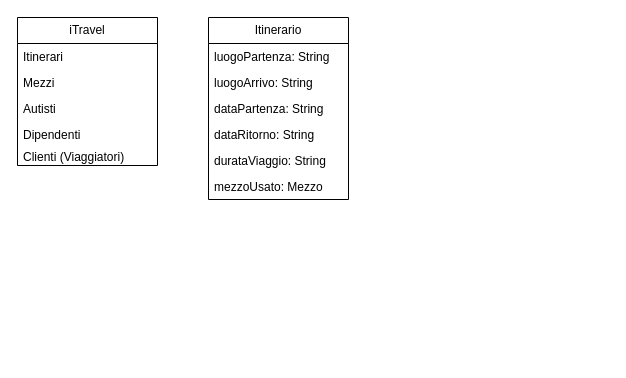
dorjanshurdhi/iTRAVEL keeps this draw.io diagram as itravel_uml.drawio. Above is the earlier version. Source tidied: cells renumbered, new cells numbered last; positions are measured from the earlier drawing's top-left corner, leaving out a move shared by most shapes. Both pictures are drawn from the tidied source at 100%, with x=0, y=0 at pixel (17, 17).
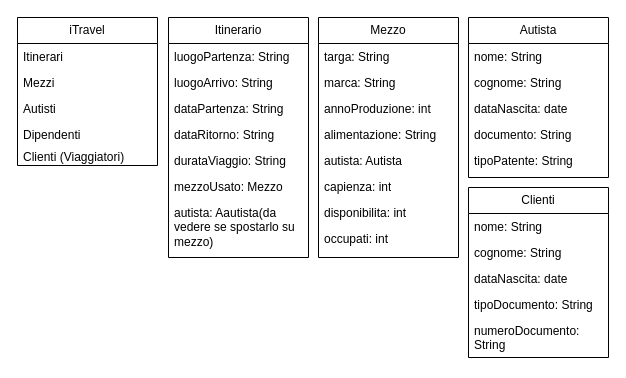
After the change.

What changed in the source:
```diff
@@
     <mxCell id="8" value="Itinerario" style="swimlane;fontStyle=0;horizontal=1;startSize=26;fillColor=none;whiteSpace=wrap;html=1;" parent="1" vertex="1">
-      <mxGeometry x="191" width="140" height="182" as="geometry" />
+      <mxGeometry x="151" width="140" height="240" as="geometry" />
     </mxCell>
@@
+    <mxCell id="15" value="autista: Aautista(da vedere se spostarlo su mezzo)&lt;div&gt;&lt;br&gt;&lt;/div&gt;" style="text;strokeColor=none;fillColor=none;align=left;verticalAlign=top;spacingLeft=4;spacingRight=4;overflow=hidden;whiteSpace=wrap;html=1;" parent="8" vertex="1">
+      <mxGeometry y="182" width="140" height="58" as="geometry" />
+    </mxCell>
+    <mxCell id="16" value="Mezzo" style="swimlane;fontStyle=0;horizontal=1;startSize=26;fillColor=none;whiteSpace=wrap;html=1;" parent="1" vertex="1">
+      <mxGeometry x="301" width="140" height="240" as="geometry" />
+    </mxCell>
+    <mxCell id="17" value="targa: String" style="text;strokeColor=none;fillColor=none;align=left;verticalAlign=top;spacingLeft=4;spacingRight=4;overflow=hidden;whiteSpace=wrap;html=1;" parent="16" vertex="1">
+      <mxGeometry y="26" width="140" height="26" as="geometry" />
+    </mxCell>
+    <mxCell id="18" value="marca: String" style="text;strokeColor=none;fillColor=none;align=left;verticalAlign=top;spacingLeft=4;spacingRight=4;overflow=hidden;whiteSpace=wrap;html=1;" parent="16" vertex="1">
+      <mxGeometry y="52" width="140" height="26" as="geometry" />
+    </mxCell>
+    <mxCell id="19" value="annoProduzione: int" style="text;strokeColor=none;fillColor=none;align=left;verticalAlign=top;spacingLeft=4;spacingRight=4;overflow=hidden;whiteSpace=wrap;html=1;" parent="16" vertex="1">
+      <mxGeometry y="78" width="140" height="26" as="geometry" />
+    </mxCell>
+    <mxCell id="20" value="alimentazione: String" style="text;strokeColor=none;fillColor=none;align=left;verticalAlign=top;spacingLeft=4;spacingRight=4;overflow=hidden;whiteSpace=wrap;html=1;" parent="16" vertex="1">
+      <mxGeometry y="104" width="140" height="26" as="geometry" />
+    </mxCell>
+    <mxCell id="21" value="autista: Autista" style="text;strokeColor=none;fillColor=none;align=left;verticalAlign=top;spacingLeft=4;spacingRight=4;overflow=hidden;whiteSpace=wrap;html=1;" parent="16" vertex="1">
+      <mxGeometry y="130" width="140" height="26" as="geometry" />
+    </mxCell>
+    <mxCell id="22" value="capienza: int" style="text;strokeColor=none;fillColor=none;align=left;verticalAlign=top;spacingLeft=4;spacingRight=4;overflow=hidden;whiteSpace=wrap;html=1;" parent="16" vertex="1">
+      <mxGeometry y="156" width="140" height="26" as="geometry" />
+    </mxCell>
+    <mxCell id="23" value="disponibilita: int" style="text;strokeColor=none;fillColor=none;align=left;verticalAlign=top;spacingLeft=4;spacingRight=4;overflow=hidden;whiteSpace=wrap;html=1;" parent="16" vertex="1">
+      <mxGeometry y="182" width="140" height="26" as="geometry" />
+    </mxCell>
+    <mxCell id="24" value="occupati: int" style="text;strokeColor=none;fillColor=none;align=left;verticalAlign=top;spacingLeft=4;spacingRight=4;overflow=hidden;whiteSpace=wrap;html=1;" parent="16" vertex="1">
+      <mxGeometry y="208" width="140" height="32" as="geometry" />
+    </mxCell>
+    <mxCell id="25" value="Autista" style="swimlane;fontStyle=0;horizontal=1;startSize=26;fillColor=none;whiteSpace=wrap;html=1;" parent="1" vertex="1">
+      <mxGeometry x="451" width="140" height="160" as="geometry" />
+    </mxCell>
+    <mxCell id="26" value="nome: String" style="text;strokeColor=none;fillColor=none;align=left;verticalAlign=top;spacingLeft=4;spacingRight=4;overflow=hidden;whiteSpace=wrap;html=1;" parent="25" vertex="1">
+      <mxGeometry y="26" width="140" height="26" as="geometry" />
+    </mxCell>
+    <mxCell id="27" value="cognome: String" style="text;strokeColor=none;fillColor=none;align=left;verticalAlign=top;spacingLeft=4;spacingRight=4;overflow=hidden;whiteSpace=wrap;html=1;" parent="25" vertex="1">
+      <mxGeometry y="52" width="140" height="26" as="geometry" />
+    </mxCell>
+    <mxCell id="28" value="dataNascita: date" style="text;strokeColor=none;fillColor=none;align=left;verticalAlign=top;spacingLeft=4;spacingRight=4;overflow=hidden;whiteSpace=wrap;html=1;" parent="25" vertex="1">
+      <mxGeometry y="78" width="140" height="26" as="geometry" />
+    </mxCell>
+    <mxCell id="29" value="documento: String" style="text;strokeColor=none;fillColor=none;align=left;verticalAlign=top;spacingLeft=4;spacingRight=4;overflow=hidden;whiteSpace=wrap;html=1;" parent="25" vertex="1">
+      <mxGeometry y="104" width="140" height="26" as="geometry" />
+    </mxCell>
+    <mxCell id="30" value="tipoPatente: String" style="text;strokeColor=none;fillColor=none;align=left;verticalAlign=top;spacingLeft=4;spacingRight=4;overflow=hidden;whiteSpace=wrap;html=1;" parent="25" vertex="1">
+      <mxGeometry y="130" width="140" height="30" as="geometry" />
+    </mxCell>
+    <mxCell id="31" value="Clienti" style="swimlane;fontStyle=0;horizontal=1;startSize=26;fillColor=none;whiteSpace=wrap;html=1;" parent="1" vertex="1">
+      <mxGeometry x="451" y="170" width="140" height="170" as="geometry" />
+    </mxCell>
+    <mxCell id="32" value="nome: String" style="text;strokeColor=none;fillColor=none;align=left;verticalAlign=top;spacingLeft=4;spacingRight=4;overflow=hidden;whiteSpace=wrap;html=1;" parent="31" vertex="1">
+      <mxGeometry y="26" width="140" height="26" as="geometry" />
+    </mxCell>
+    <mxCell id="33" value="cognome: String" style="text;strokeColor=none;fillColor=none;align=left;verticalAlign=top;spacingLeft=4;spacingRight=4;overflow=hidden;whiteSpace=wrap;html=1;" parent="31" vertex="1">
+      <mxGeometry y="52" width="140" height="26" as="geometry" />
+    </mxCell>
+    <mxCell id="34" value="dataNascita: date" style="text;strokeColor=none;fillColor=none;align=left;verticalAlign=top;spacingLeft=4;spacingRight=4;overflow=hidden;whiteSpace=wrap;html=1;" parent="31" vertex="1">
+      <mxGeometry y="78" width="140" height="26" as="geometry" />
+    </mxCell>
+    <mxCell id="35" value="tipoDocumento: String" style="text;strokeColor=none;fillColor=none;align=left;verticalAlign=top;spacingLeft=4;spacingRight=4;overflow=hidden;whiteSpace=wrap;html=1;" parent="31" vertex="1">
+      <mxGeometry y="104" width="140" height="26" as="geometry" />
+    </mxCell>
+    <mxCell id="36" value="numeroDocumento: String" style="text;strokeColor=none;fillColor=none;align=left;verticalAlign=top;spacingLeft=4;spacingRight=4;overflow=hidden;whiteSpace=wrap;html=1;" parent="31" vertex="1">
+      <mxGeometry y="130" width="140" height="40" as="geometry" />
+    </mxCell>
```
